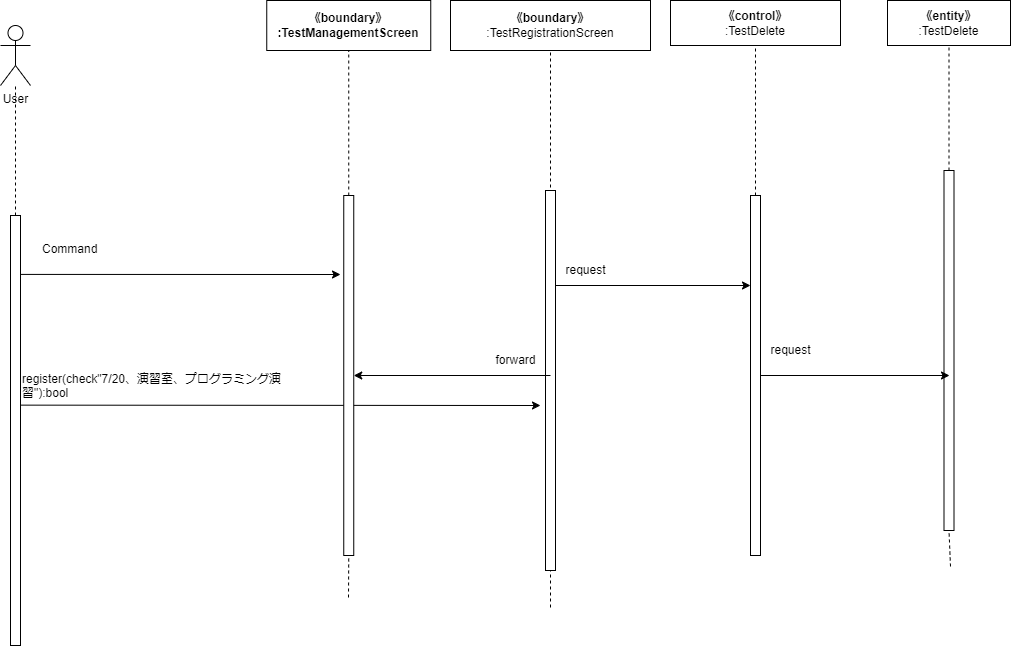
The draw.io diagram Design/Sequence-6.drawio.png in Hu-Hanxu/First-App-Self-Management-, before a commit. Source tidied: cells renumbered, new cells last; positions are measured from the earlier drawing's top-left corner, leaving out a move shared by most shapes. Source of this version:
```xml
<mxGraphModel>
  <root>
    <mxCell id="0" />
    <mxCell id="1" parent="0" />
    <mxCell id="2" value="User" style="shape=umlActor;verticalLabelPosition=bottom;verticalAlign=top;html=1;outlineConnect=0;" parent="1" vertex="1">
      <mxGeometry y="25" width="30" height="60" as="geometry" />
    </mxCell>
    <mxCell id="3" style="endArrow=none;dashed=1;html=1;exitX=0.5;exitY=0;exitDx=0;exitDy=0;" parent="1" edge="1" target="2">
      <mxGeometry relative="1" as="geometry">
        <mxPoint x="15" y="215" as="sourcePoint" />
      </mxGeometry>
    </mxCell>
    <mxCell id="4" value="&lt;span style=&quot;font-weight: 700;&quot;&gt;《boundary》&lt;/span&gt;&lt;br style=&quot;font-weight: 700;&quot;&gt;&lt;span style=&quot;font-weight: 700;&quot;&gt;:Test&lt;/span&gt;&lt;b&gt;ManagementScreen&lt;/b&gt;" style="rounded=0;whiteSpace=wrap;html=1;" parent="1" vertex="1">
      <mxGeometry x="266.2" width="164" height="50" as="geometry" />
    </mxCell>
    <mxCell id="5" value="&lt;span style=&quot;font-weight: 700;&quot;&gt;《boundary》&lt;/span&gt;&lt;br&gt;:TestRegistrationScreen" style="rounded=0;whiteSpace=wrap;html=1;" parent="1" vertex="1">
      <mxGeometry x="450" width="200" height="50" as="geometry" />
    </mxCell>
    <mxCell id="6" value="&lt;span style=&quot;font-weight: 700;&quot;&gt;《control》&lt;br&gt;&lt;/span&gt;:TestDelete" style="rounded=0;whiteSpace=wrap;html=1;" parent="1" vertex="1">
      <mxGeometry x="670" width="170" height="45" as="geometry" />
    </mxCell>
    <mxCell id="7" style="endArrow=classic;html=1;exitX=0.162;exitY=0.441;exitDx=0;exitDy=0;exitPerimeter=0;" parent="1" edge="1" source="8">
      <mxGeometry relative="1" as="geometry">
        <mxPoint x="540" y="405" as="targetPoint" />
      </mxGeometry>
    </mxCell>
    <mxCell id="8" style="rounded=0;whiteSpace=wrap;html=1;" parent="1" vertex="1">
      <mxGeometry x="10" y="215" width="10" height="430" as="geometry" />
    </mxCell>
    <mxCell id="9" style="endArrow=none;dashed=1;html=1;entryX=0.5;entryY=1;entryDx=0;entryDy=0;startArrow=none;" parent="1" edge="1" source="11" target="4">
      <mxGeometry relative="1" as="geometry" />
    </mxCell>
    <mxCell id="10" style="endArrow=none;dashed=1;html=1;entryX=0.5;entryY=1;entryDx=0;entryDy=0;" parent="1" edge="1" target="11">
      <mxGeometry relative="1" as="geometry">
        <mxPoint x="348" y="597" as="sourcePoint" />
      </mxGeometry>
    </mxCell>
    <mxCell id="11" style="rounded=0;whiteSpace=wrap;html=1;" parent="1" vertex="1">
      <mxGeometry x="343.2" y="195" width="10" height="360" as="geometry" />
    </mxCell>
    <mxCell id="12" style="endArrow=none;dashed=1;html=1;entryX=0.5;entryY=1;entryDx=0;entryDy=0;" parent="1" edge="1" target="5">
      <mxGeometry relative="1" as="geometry">
        <mxPoint x="550" y="607" as="sourcePoint" />
      </mxGeometry>
    </mxCell>
    <mxCell id="13" style="rounded=0;whiteSpace=wrap;html=1;" parent="1" vertex="1">
      <mxGeometry x="545" y="190" width="10" height="380" as="geometry" />
    </mxCell>
    <mxCell id="14" style="endArrow=none;dashed=1;html=1;entryX=0.5;entryY=1;entryDx=0;entryDy=0;startArrow=none;" parent="1" edge="1" source="15" target="6">
      <mxGeometry relative="1" as="geometry" />
    </mxCell>
    <mxCell id="15" style="rounded=0;whiteSpace=wrap;html=1;" parent="1" vertex="1">
      <mxGeometry x="750" y="195" width="10" height="360" as="geometry" />
    </mxCell>
    <mxCell id="16" value="&lt;span style=&quot;font-weight: 700;&quot;&gt;《entity》&lt;/span&gt;&lt;br&gt;:TestDelete" style="rounded=0;whiteSpace=wrap;html=1;" parent="1" vertex="1">
      <mxGeometry x="887" width="123" height="45" as="geometry" />
    </mxCell>
    <mxCell id="17" style="endArrow=none;dashed=1;html=1;entryX=0.5;entryY=1;entryDx=0;entryDy=0;startArrow=none;" parent="1" edge="1" source="19" target="16">
      <mxGeometry relative="1" as="geometry" />
    </mxCell>
    <mxCell id="18" style="endArrow=none;dashed=1;html=1;entryX=0.5;entryY=1;entryDx=0;entryDy=0;" parent="1" edge="1" target="19">
      <mxGeometry relative="1" as="geometry">
        <mxPoint x="950" y="566" as="sourcePoint" />
      </mxGeometry>
    </mxCell>
    <mxCell id="19" style="rounded=0;whiteSpace=wrap;html=1;" parent="1" vertex="1">
      <mxGeometry x="943.5" y="170" width="10" height="360" as="geometry" />
    </mxCell>
    <mxCell id="20" value="register(check&quot;7/20、演習室、プログラミング演習&quot;):bool" style="text;whiteSpace=wrap;html=1;" parent="1" vertex="1">
      <mxGeometry x="20" y="365" width="280" height="40" as="geometry" />
    </mxCell>
    <mxCell id="21" value="Command" style="text;whiteSpace=wrap;html=1;" parent="1" vertex="1">
      <mxGeometry x="40" y="235" width="90" height="40" as="geometry" />
    </mxCell>
    <mxCell id="22" style="endArrow=classic;html=1;exitX=1.055;exitY=0.137;exitDx=0;exitDy=0;exitPerimeter=0;" parent="1" edge="1" source="8">
      <mxGeometry relative="1" as="geometry">
        <mxPoint x="340" y="274" as="targetPoint" />
      </mxGeometry>
    </mxCell>
    <mxCell id="23" style="endArrow=classic;html=1;exitX=1;exitY=0.25;exitDx=0;exitDy=0;entryX=0;entryY=0.25;entryDx=0;entryDy=0;" parent="1" edge="1" source="13" target="15">
      <mxGeometry relative="1" as="geometry" />
    </mxCell>
    <mxCell id="24" value="request" style="text;html=1;align=center;verticalAlign=middle;strokeColor=none;fillColor=none;" parent="1" vertex="1">
      <mxGeometry x="555" y="255" width="60" height="30" as="geometry" />
    </mxCell>
    <mxCell id="25" style="endArrow=classic;html=1;" parent="1" edge="1" target="11">
      <mxGeometry relative="1" as="geometry">
        <mxPoint x="550" y="375" as="sourcePoint" />
      </mxGeometry>
    </mxCell>
    <mxCell id="26" value="forward" style="text;html=1;align=center;verticalAlign=middle;strokeColor=none;fillColor=none;" parent="1" vertex="1">
      <mxGeometry x="485" y="345" width="60" height="30" as="geometry" />
    </mxCell>
    <mxCell id="27" style="endArrow=classic;html=1;exitX=1;exitY=0.5;exitDx=0;exitDy=0;" parent="1" edge="1" source="15">
      <mxGeometry relative="1" as="geometry">
        <mxPoint x="949" y="375" as="targetPoint" />
      </mxGeometry>
    </mxCell>
    <mxCell id="28" value="request" style="text;html=1;align=center;verticalAlign=middle;strokeColor=none;fillColor=none;" parent="1" vertex="1">
      <mxGeometry x="760" y="335" width="60" height="30" as="geometry" />
    </mxCell>
  </root>
</mxGraphModel>
```
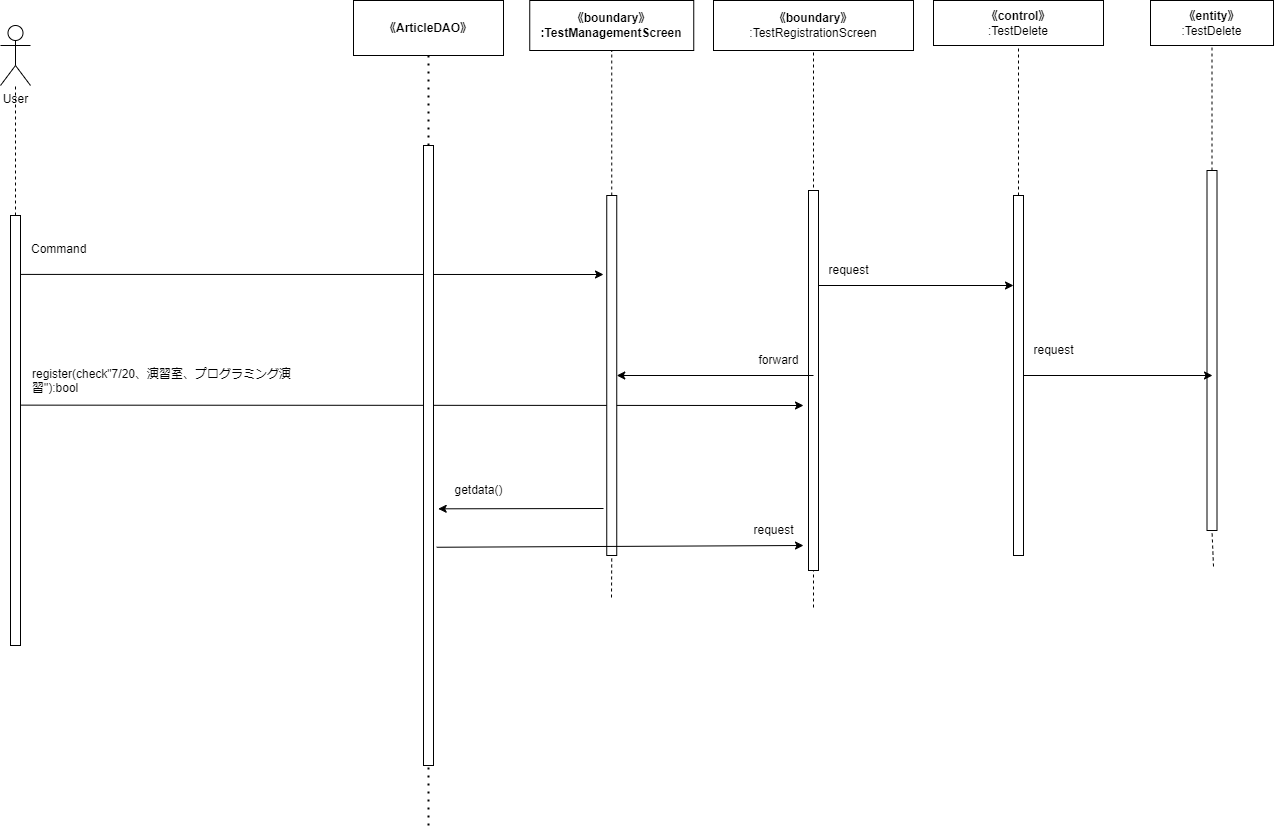
The same file after the commit.

Change to the diagram source:
```diff
@@ -3,11 +3,11 @@
     <mxCell id="0" />
     <mxCell id="1" parent="0" />
     <mxCell id="2" value="User" style="shape=umlActor;verticalLabelPosition=bottom;verticalAlign=top;html=1;outlineConnect=0;" parent="1" vertex="1">
-      <mxGeometry y="25" width="30" height="60" as="geometry" />
+      <mxGeometry x="-263" y="25" width="30" height="60" as="geometry" />
     </mxCell>
     <mxCell id="3" style="endArrow=none;dashed=1;html=1;exitX=0.5;exitY=0;exitDx=0;exitDy=0;" parent="1" edge="1" target="2">
       <mxGeometry relative="1" as="geometry">
-        <mxPoint x="15" y="215" as="sourcePoint" />
+        <mxPoint x="-248" y="215" as="sourcePoint" />
       </mxGeometry>
     </mxCell>
     <mxCell id="4" value="&lt;span style=&quot;font-weight: 700;&quot;&gt;《boundary》&lt;/span&gt;&lt;br style=&quot;font-weight: 700;&quot;&gt;&lt;span style=&quot;font-weight: 700;&quot;&gt;:Test&lt;/span&gt;&lt;b&gt;ManagementScreen&lt;/b&gt;" style="rounded=0;whiteSpace=wrap;html=1;" parent="1" vertex="1">
@@ -25,7 +25,7 @@
       </mxGeometry>
     </mxCell>
     <mxCell id="8" style="rounded=0;whiteSpace=wrap;html=1;" parent="1" vertex="1">
-      <mxGeometry x="10" y="215" width="10" height="430" as="geometry" />
+      <mxGeometry x="-253" y="215" width="10" height="430" as="geometry" />
     </mxCell>
     <mxCell id="9" style="endArrow=none;dashed=1;html=1;entryX=0.5;entryY=1;entryDx=0;entryDy=0;startArrow=none;" parent="1" edge="1" source="11" target="4">
       <mxGeometry relative="1" as="geometry" />
@@ -67,10 +67,10 @@
       <mxGeometry x="943.5" y="170" width="10" height="360" as="geometry" />
     </mxCell>
     <mxCell id="20" value="register(check&quot;7/20、演習室、プログラミング演習&quot;):bool" style="text;whiteSpace=wrap;html=1;" parent="1" vertex="1">
-      <mxGeometry x="20" y="365" width="280" height="40" as="geometry" />
+      <mxGeometry x="-233" y="360" width="280" height="40" as="geometry" />
     </mxCell>
     <mxCell id="21" value="Command" style="text;whiteSpace=wrap;html=1;" parent="1" vertex="1">
-      <mxGeometry x="40" y="235" width="90" height="40" as="geometry" />
+      <mxGeometry x="-234" y="235" width="90" height="40" as="geometry" />
     </mxCell>
     <mxCell id="22" style="endArrow=classic;html=1;exitX=1.055;exitY=0.137;exitDx=0;exitDy=0;exitPerimeter=0;" parent="1" edge="1" source="8">
       <mxGeometry relative="1" as="geometry">
@@ -99,5 +99,35 @@
     <mxCell id="28" value="request" style="text;html=1;align=center;verticalAlign=middle;strokeColor=none;fillColor=none;" parent="1" vertex="1">
       <mxGeometry x="760" y="335" width="60" height="30" as="geometry" />
     </mxCell>
+    <mxCell id="29" value="&lt;span style=&quot;font-weight: 700;&quot;&gt;《&lt;/span&gt;&lt;span style=&quot;font-weight: 700;&quot;&gt;ArticleDAO&lt;/span&gt;&lt;span style=&quot;font-weight: 700;&quot;&gt;》&lt;/span&gt;" style="rounded=0;whiteSpace=wrap;html=1;" parent="1" vertex="1">
+      <mxGeometry x="90" width="150" height="55" as="geometry" />
+    </mxCell>
+    <mxCell id="30" style="endArrow=none;dashed=1;html=1;dashPattern=1 3;strokeWidth=2;entryX=0.5;entryY=1;entryDx=0;entryDy=0;startArrow=none;" parent="1" edge="1" source="32" target="29">
+      <mxGeometry relative="1" as="geometry" />
+    </mxCell>
+    <mxCell id="31" style="endArrow=none;dashed=1;html=1;dashPattern=1 3;strokeWidth=2;entryX=0.5;entryY=1;entryDx=0;entryDy=0;" parent="1" edge="1" target="32">
+      <mxGeometry relative="1" as="geometry">
+        <mxPoint x="165" y="825" as="sourcePoint" />
+      </mxGeometry>
+    </mxCell>
+    <mxCell id="32" style="rounded=0;whiteSpace=wrap;html=1;" parent="1" vertex="1">
+      <mxGeometry x="160" y="145" width="10" height="620" as="geometry" />
+    </mxCell>
+    <mxCell id="33" value="getdata()" style="text;html=1;align=center;verticalAlign=middle;strokeColor=none;fillColor=none;" parent="1" vertex="1">
+      <mxGeometry x="180" y="475" width="70" height="30" as="geometry" />
+    </mxCell>
+    <mxCell id="34" style="endArrow=classic;html=1;entryX=1.469;entryY=0.586;entryDx=0;entryDy=0;entryPerimeter=0;" parent="1" edge="1" target="32">
+      <mxGeometry relative="1" as="geometry">
+        <mxPoint x="340" y="508" as="sourcePoint" />
+      </mxGeometry>
+    </mxCell>
+    <mxCell id="35" style="endArrow=classic;html=1;exitX=1.315;exitY=0.648;exitDx=0;exitDy=0;exitPerimeter=0;" parent="1" edge="1" source="32">
+      <mxGeometry relative="1" as="geometry">
+        <mxPoint x="540" y="545" as="targetPoint" />
+      </mxGeometry>
+    </mxCell>
+    <mxCell id="36" value="request" style="text;html=1;align=center;verticalAlign=middle;strokeColor=none;fillColor=none;" parent="1" vertex="1">
+      <mxGeometry x="480" y="515" width="60" height="30" as="geometry" />
+    </mxCell>
   </root>
 </mxGraphModel>
```
